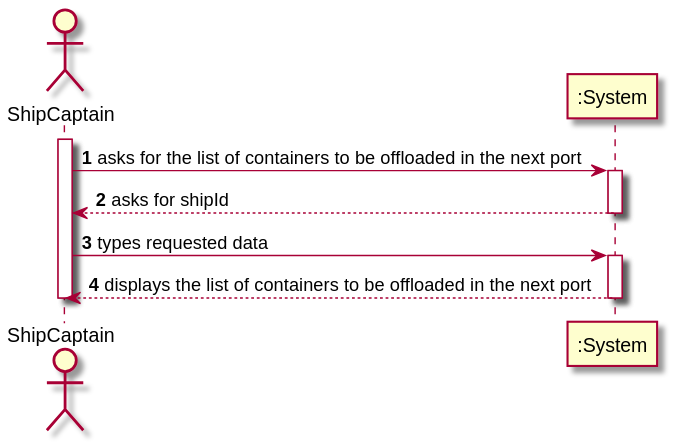
This is docs/US205/US205_SSD.svg from ana-albergaria/LAPR3-ISEP, a PlantUML export, as it was before one commit.
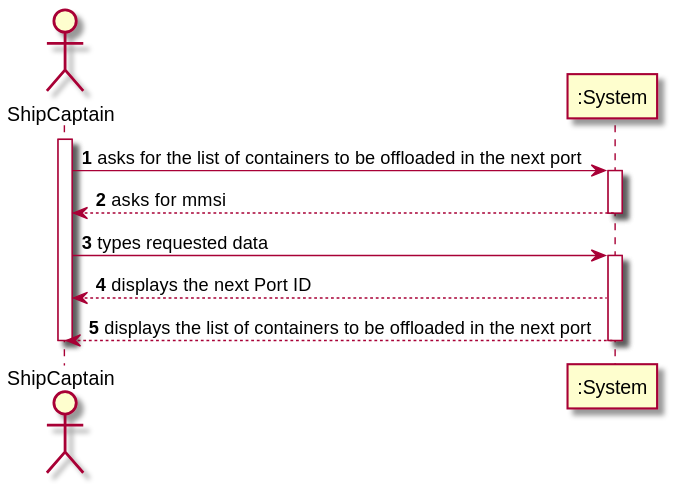
The same diagram one commit later.

Commit message:
G54-134 #close #time 10m #comment done SSD.

Change to the diagram source:
```diff
@@ -6,11 +6,13 @@
 activate C
 C -> ":System" : asks for the list of containers to be offloaded in the next port
 activate ":System"
-":System" --> C : asks for shipId
+":System" --> C : asks for mmsi
 deactivate ":System"
 
 C -> ":System" : types requested data
 activate ":System"
+":System" --> C : displays the next Port ID
+
 ":System" --> C : displays the list of containers to be offloaded in the next port
 deactivate ":System"
 deactivate C
```
